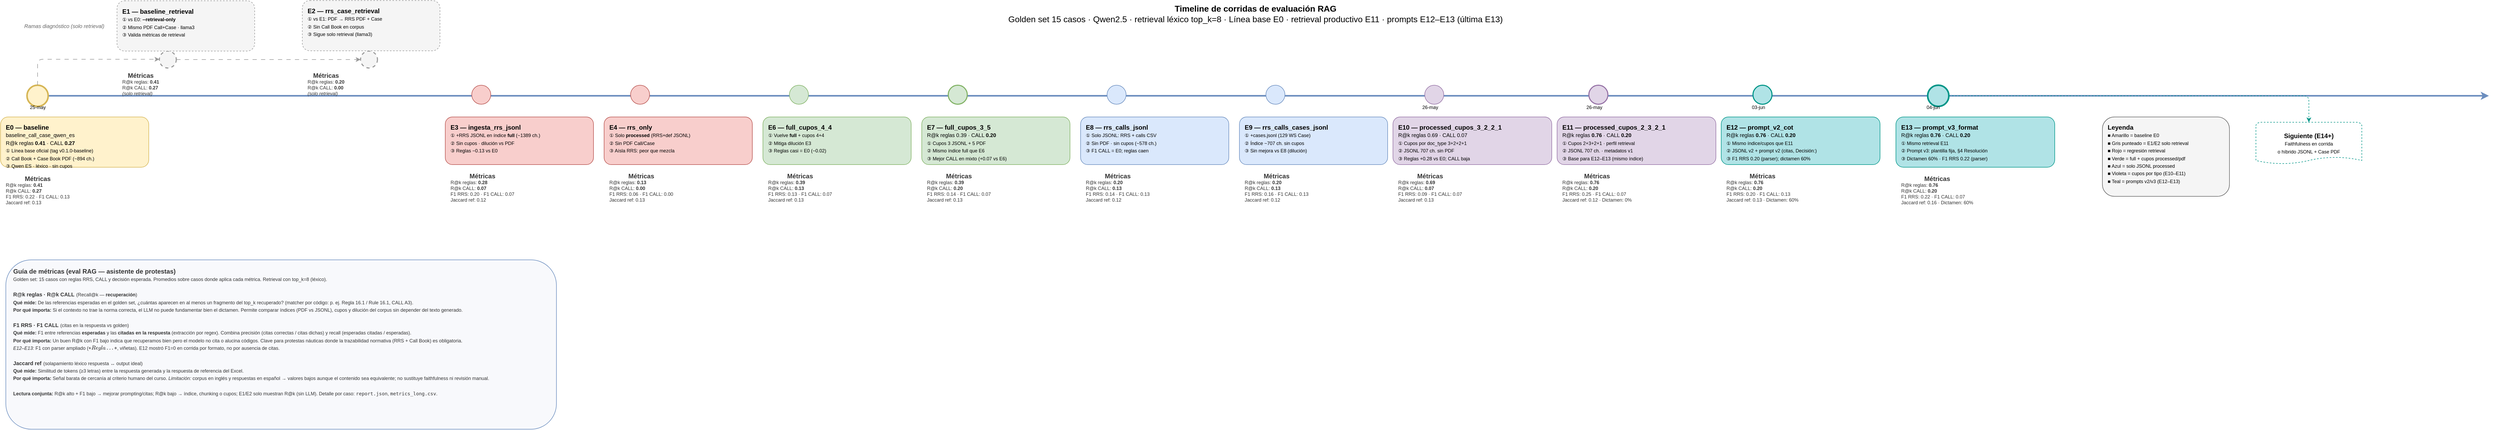
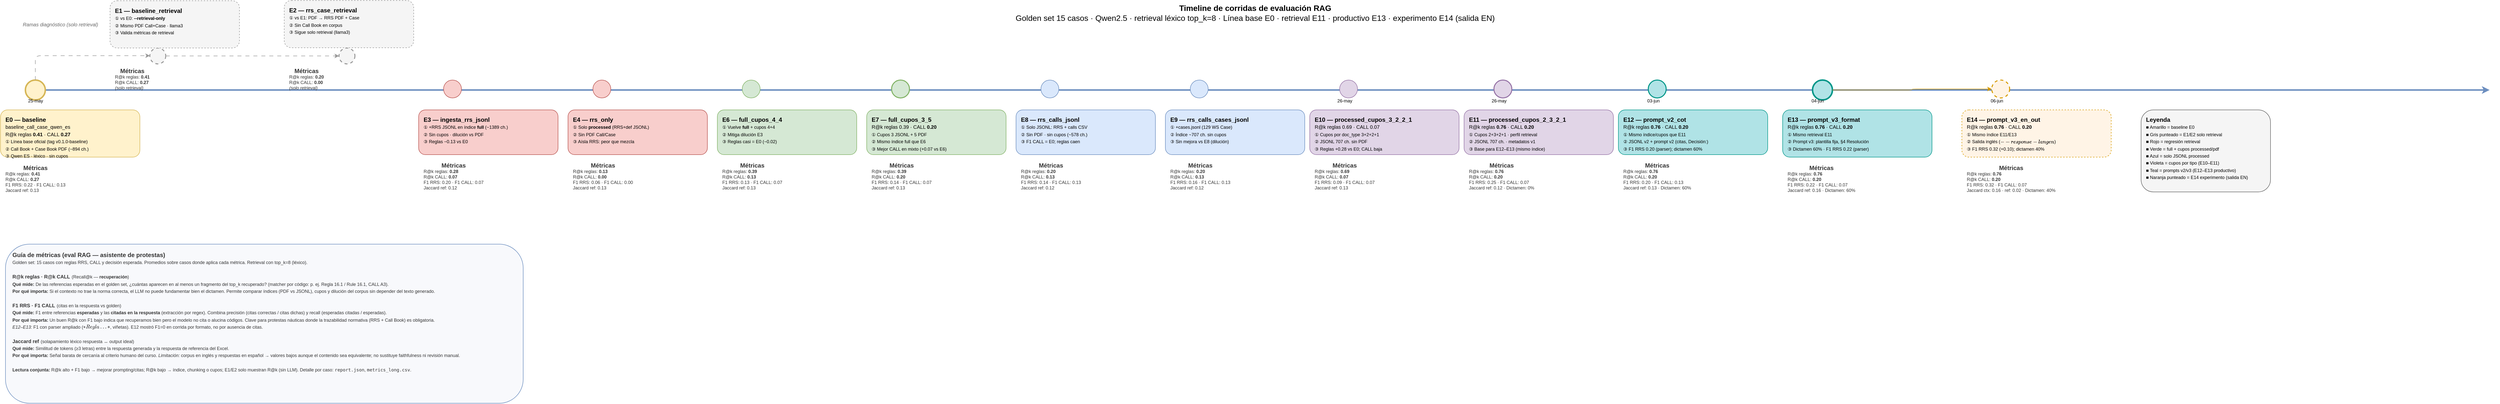
<mxfile host="65bd71144e">
    <diagram id="timeline-eval" name="Timeline eval RAG">
-         <mxGraphModel dx="1267" dy="1013" grid="1" gridSize="10" guides="1" tooltips="1" connect="1" arrows="1" fold="1" page="1" pageScale="1" pageWidth="4900" pageHeight="1780" math="0" shadow="0">
+         <mxGraphModel dx="1267" dy="1013" grid="1" gridSize="10" guides="1" tooltips="1" connect="1" arrows="1" fold="1" page="1" pageScale="1" pageWidth="5200" pageHeight="1780" math="0" shadow="0">
            <root>
                <mxCell id="0"/>
                <mxCell id="1" parent="0"/>
-                 <mxCell id="title" value="&lt;b&gt;Timeline de corridas de evaluación RAG&lt;/b&gt;&lt;br&gt;Golden set 15 casos · Qwen2.5 · retrieval léxico top_k=8 · Línea base E0 · retrieval productivo E11 · prompts E12–E13 (última E13)" style="text;html=1;align=center;verticalAlign=middle;fontSize=16;" parent="1" vertex="1">
-                     <mxGeometry x="40" y="20" width="4700" height="50" as="geometry"/>
+                 <mxCell id="title" value="&lt;b&gt;Timeline de corridas de evaluación RAG&lt;/b&gt;&lt;br&gt;Golden set 15 casos · Qwen2.5 · retrieval léxico top_k=8 · Línea base E0 · retrieval E11 · productivo E13 · experimento E14 (salida EN)" style="text;html=1;align=center;verticalAlign=middle;fontSize=16;" parent="1" vertex="1">
+                     <mxGeometry x="40" y="20" width="5000" height="50" as="geometry"/>
                </mxCell>
                <mxCell id="axis" value="" style="endArrow=classic;html=1;strokeWidth=3;strokeColor=#6c8ebf;" parent="1" edge="1">
                    <mxGeometry relative="1" as="geometry">
                        <mxPoint x="80" y="200" as="sourcePoint"/>
-                         <mxPoint x="4720" y="200" as="targetPoint"/>
+                         <mxPoint x="5020" y="200" as="targetPoint"/>
                    </mxGeometry>
                </mxCell>
                <mxCell id="m0" value="" style="ellipse;whiteSpace=wrap;html=1;fillColor=#fff2cc;strokeColor=#d6b656;strokeWidth=3;" parent="1" vertex="1">
                    <mxGeometry x="70" y="180" width="40" height="40" as="geometry"/>
                </mxCell>
                <mxCell id="b0" value="&lt;b&gt;E0 — baseline&lt;/b&gt;&lt;br&gt;&lt;font style=&quot;font-size:10px&quot;&gt;baseline_call_case_qwen_es&lt;/font&gt;&lt;br&gt;&lt;font style=&quot;font-size:10px&quot;&gt;R@k reglas &lt;b&gt;0.41&lt;/b&gt; · CALL &lt;b&gt;0.27&lt;/b&gt;&lt;/font&gt;&lt;br&gt;&lt;font style=&quot;font-size:9px&quot;&gt;① Línea base oficial (tag v0.1.0-baseline)&lt;/font&gt;&lt;br&gt;&lt;font style=&quot;font-size:9px&quot;&gt;② Call Book + Case Book PDF (~894 ch.)&lt;/font&gt;&lt;br&gt;&lt;font style=&quot;font-size:9px&quot;&gt;③ Qwen ES · léxico · sin cupos&lt;/font&gt;" style="rounded=1;whiteSpace=wrap;html=1;fillColor=#fff2cc;strokeColor=#d6b656;align=left;spacingLeft=8;verticalAlign=top;spacingTop=6;" parent="1" vertex="1">
                    <mxGeometry x="20" y="240" width="280" height="95" as="geometry"/>
                </mxCell>
                <mxCell id="branchLbl" value="&lt;i&gt;Ramas diagnóstico (solo retrieval)&lt;/i&gt;" style="text;html=1;align=center;fontSize=10;fontColor=#666666;" parent="1" vertex="1">
                    <mxGeometry x="40" y="55.5" width="200" height="24" as="geometry"/>
                </mxCell>
                <mxCell id="m1" value="" style="ellipse;whiteSpace=wrap;html=1;fillColor=#f5f5f5;strokeColor=#999999;strokeWidth=2;dashed=1;" parent="1" vertex="1">
                    <mxGeometry x="320" y="115.5" width="32" height="32" as="geometry"/>
                </mxCell>
                <mxCell id="b1" value="&lt;b&gt;E1 — baseline_retrieval&lt;/b&gt;&lt;br&gt;&lt;font style=&quot;font-size:9px&quot;&gt;① vs E0: &lt;b&gt;--retrieval-only&lt;/b&gt;&lt;/font&gt;&lt;br&gt;&lt;font style=&quot;font-size:9px&quot;&gt;② Mismo PDF Call+Case · llama3&lt;/font&gt;&lt;br&gt;&lt;font style=&quot;font-size:9px&quot;&gt;③ Valida métricas de retrieval&lt;/font&gt;" style="rounded=1;whiteSpace=wrap;html=1;fillColor=#f5f5f5;strokeColor=#999999;dashed=1;align=left;spacingLeft=8;verticalAlign=top;spacingTop=6;" parent="1" vertex="1">
                    <mxGeometry x="240" y="20.5" width="260" height="95" as="geometry"/>
                </mxCell>
                <mxCell id="e0e1" value="" style="edgeStyle=orthogonalEdgeStyle;html=1;strokeColor=#999999;dashed=1;dashPattern=8 8;endArrow=classic;" parent="1" source="m0" target="m1" edge="1">
                    <mxGeometry relative="1" as="geometry">
                        <Array as="points">
                            <mxPoint x="90" y="200"/>
                            <mxPoint x="90" y="131"/>
                            <mxPoint x="146" y="131"/>
                        </Array>
                    </mxGeometry>
                </mxCell>
                <mxCell id="m2" value="" style="ellipse;whiteSpace=wrap;html=1;fillColor=#f5f5f5;strokeColor=#999999;strokeWidth=2;dashed=1;" parent="1" vertex="1">
                    <mxGeometry x="700" y="115.5" width="32" height="32" as="geometry"/>
                </mxCell>
                <mxCell id="b2" value="&lt;b&gt;E2 — rrs_case_retrieval&lt;/b&gt;&lt;br&gt;&lt;font style=&quot;font-size:9px&quot;&gt;① vs E1: PDF → RRS PDF + Case&lt;/font&gt;&lt;br&gt;&lt;font style=&quot;font-size:9px&quot;&gt;② Sin Call Book en corpus&lt;/font&gt;&lt;br&gt;&lt;font style=&quot;font-size:9px&quot;&gt;③ Sigue solo retrieval (llama3)&lt;/font&gt;" style="rounded=1;whiteSpace=wrap;html=1;fillColor=#f5f5f5;strokeColor=#999999;dashed=1;align=left;spacingLeft=8;verticalAlign=top;spacingTop=6;" parent="1" vertex="1">
                    <mxGeometry x="590" y="20" width="260" height="95" as="geometry"/>
                </mxCell>
                <mxCell id="e1e2" value="" style="edgeStyle=orthogonalEdgeStyle;html=1;strokeColor=#999999;dashed=1;dashPattern=8 8;endArrow=classic;" parent="1" source="m1" target="m2" edge="1">
                    <mxGeometry relative="1" as="geometry"/>
                </mxCell>
                <mxCell id="m3" value="" style="ellipse;whiteSpace=wrap;html=1;fillColor=#f8cecc;strokeColor=#b85450;" parent="1" vertex="1">
                    <mxGeometry x="910" y="180" width="36" height="36" as="geometry"/>
                </mxCell>
                <mxCell id="b3" value="&lt;b&gt;E3 — ingesta_rrs_jsonl&lt;/b&gt;&lt;br&gt;&lt;font style=&quot;font-size:9px&quot;&gt;① +RRS JSONL en índice &lt;b&gt;full&lt;/b&gt; (~1389 ch.)&lt;/font&gt;&lt;br&gt;&lt;font style=&quot;font-size:9px&quot;&gt;② Sin cupos · dilución vs PDF&lt;/font&gt;&lt;br&gt;&lt;font style=&quot;font-size:9px&quot;&gt;③ Reglas −0.13 vs E0&lt;/font&gt;" style="rounded=1;whiteSpace=wrap;html=1;fillColor=#f8cecc;strokeColor=#b85450;align=left;spacingLeft=8;verticalAlign=top;spacingTop=6;" parent="1" vertex="1">
                    <mxGeometry x="860" y="240" width="280" height="90" as="geometry"/>
                </mxCell>
                <mxCell id="m4" value="" style="ellipse;whiteSpace=wrap;html=1;fillColor=#f8cecc;strokeColor=#b85450;" parent="1" vertex="1">
                    <mxGeometry x="1210" y="180" width="36" height="36" as="geometry"/>
                </mxCell>
                <mxCell id="b4" value="&lt;b&gt;E4 — rrs_only&lt;/b&gt;&lt;br&gt;&lt;font style=&quot;font-size:9px&quot;&gt;① Solo &lt;b&gt;processed&lt;/b&gt; (RRS+def JSONL)&lt;/font&gt;&lt;br&gt;&lt;font style=&quot;font-size:9px&quot;&gt;② Sin PDF Call/Case&lt;/font&gt;&lt;br&gt;&lt;font style=&quot;font-size:9px&quot;&gt;③ Aísla RRS: peor que mezcla&lt;/font&gt;" style="rounded=1;whiteSpace=wrap;html=1;fillColor=#f8cecc;strokeColor=#b85450;align=left;spacingLeft=8;verticalAlign=top;spacingTop=6;" parent="1" vertex="1">
                    <mxGeometry x="1160" y="240" width="280" height="90" as="geometry"/>
                </mxCell>
                <mxCell id="m6" value="" style="ellipse;whiteSpace=wrap;html=1;fillColor=#d5e8d4;strokeColor=#82b366;" parent="1" vertex="1">
                    <mxGeometry x="1510" y="180" width="36" height="36" as="geometry"/>
                </mxCell>
                <mxCell id="b6" value="&lt;b&gt;E6 — full_cupos_4_4&lt;/b&gt;&lt;br&gt;&lt;font style=&quot;font-size:9px&quot;&gt;① Vuelve &lt;b&gt;full&lt;/b&gt; + cupos 4+4&lt;/font&gt;&lt;br&gt;&lt;font style=&quot;font-size:9px&quot;&gt;② Mitiga dilución E3&lt;/font&gt;&lt;br&gt;&lt;font style=&quot;font-size:9px&quot;&gt;③ Reglas casi = E0 (−0.02)&lt;/font&gt;" style="rounded=1;whiteSpace=wrap;html=1;fillColor=#d5e8d4;strokeColor=#82b366;align=left;spacingLeft=8;verticalAlign=top;spacingTop=6;" parent="1" vertex="1">
                    <mxGeometry x="1460" y="240" width="280" height="90" as="geometry"/>
                </mxCell>
                <mxCell id="m7" value="" style="ellipse;whiteSpace=wrap;html=1;fillColor=#d5e8d4;strokeColor=#82b366;strokeWidth=2;" parent="1" vertex="1">
                    <mxGeometry x="1810" y="180" width="36" height="36" as="geometry"/>
                </mxCell>
                <mxCell id="b7" value="&lt;b&gt;E7 — full_cupos_3_5&lt;/b&gt;&lt;br&gt;&lt;font style=&quot;font-size:10px&quot;&gt;R@k reglas 0.39 · CALL &lt;b&gt;0.20&lt;/b&gt;&lt;/font&gt;&lt;br&gt;&lt;font style=&quot;font-size:9px&quot;&gt;① Cupos 3 JSONL + 5 PDF&lt;/font&gt;&lt;br&gt;&lt;font style=&quot;font-size:9px&quot;&gt;② Mismo índice full que E6&lt;/font&gt;&lt;br&gt;&lt;font style=&quot;font-size:9px&quot;&gt;③ Mejor CALL en mixto (+0.07 vs E6)&lt;/font&gt;" style="rounded=1;whiteSpace=wrap;html=1;fillColor=#d5e8d4;strokeColor=#82b366;align=left;spacingLeft=8;verticalAlign=top;spacingTop=6;" parent="1" vertex="1">
                    <mxGeometry x="1760" y="240" width="280" height="90" as="geometry"/>
                </mxCell>
                <mxCell id="m8" value="" style="ellipse;whiteSpace=wrap;html=1;fillColor=#dae8fc;strokeColor=#6c8ebf;" parent="1" vertex="1">
                    <mxGeometry x="2110" y="180" width="36" height="36" as="geometry"/>
                </mxCell>
                <mxCell id="b8" value="&lt;b&gt;E8 — rrs_calls_jsonl&lt;/b&gt;&lt;br&gt;&lt;font style=&quot;font-size:9px&quot;&gt;① Solo JSONL: RRS + calls CSV&lt;/font&gt;&lt;br&gt;&lt;font style=&quot;font-size:9px&quot;&gt;② Sin PDF · sin cupos (~578 ch.)&lt;/font&gt;&lt;br&gt;&lt;font style=&quot;font-size:9px&quot;&gt;③ F1 CALL = E0; reglas caen&lt;/font&gt;" style="rounded=1;whiteSpace=wrap;html=1;fillColor=#dae8fc;strokeColor=#6c8ebf;align=left;spacingLeft=8;verticalAlign=top;spacingTop=6;" parent="1" vertex="1">
                    <mxGeometry x="2060" y="240" width="280" height="90" as="geometry"/>
                </mxCell>
                <mxCell id="m9" value="" style="ellipse;whiteSpace=wrap;html=1;fillColor=#dae8fc;strokeColor=#6c8ebf;" parent="1" vertex="1">
                    <mxGeometry x="2410" y="180" width="36" height="36" as="geometry"/>
                </mxCell>
                <mxCell id="b9" value="&lt;b&gt;E9 — rrs_calls_cases_jsonl&lt;/b&gt;&lt;br&gt;&lt;font style=&quot;font-size:9px&quot;&gt;① +cases.jsonl (129 WS Case)&lt;/font&gt;&lt;br&gt;&lt;font style=&quot;font-size:9px&quot;&gt;② Índice ~707 ch. sin cupos&lt;/font&gt;&lt;br&gt;&lt;font style=&quot;font-size:9px&quot;&gt;③ Sin mejora vs E8 (dilución)&lt;/font&gt;" style="rounded=1;whiteSpace=wrap;html=1;fillColor=#dae8fc;strokeColor=#6c8ebf;align=left;spacingLeft=8;verticalAlign=top;spacingTop=6;" parent="1" vertex="1">
                    <mxGeometry x="2360" y="240" width="280" height="90" as="geometry"/>
                </mxCell>
                <mxCell id="m10" value="" style="ellipse;whiteSpace=wrap;html=1;fillColor=#e1d5e7;strokeColor=#9673a6;" parent="1" vertex="1">
                    <mxGeometry x="2710" y="180" width="36" height="36" as="geometry"/>
                </mxCell>
                <mxCell id="b10" value="&lt;b&gt;E10 — processed_cupos_3_2_2_1&lt;/b&gt;&lt;br&gt;&lt;font style=&quot;font-size:10px&quot;&gt;R@k reglas 0.69 · CALL 0.07&lt;/font&gt;&lt;br&gt;&lt;font style=&quot;font-size:9px&quot;&gt;① Cupos por doc_type 3+2+2+1&lt;/font&gt;&lt;br&gt;&lt;font style=&quot;font-size:9px&quot;&gt;② JSONL 707 ch. sin PDF&lt;/font&gt;&lt;br&gt;&lt;font style=&quot;font-size:9px&quot;&gt;③ Reglas +0.28 vs E0; CALL baja&lt;/font&gt;" style="rounded=1;whiteSpace=wrap;html=1;fillColor=#e1d5e7;strokeColor=#9673a6;align=left;spacingLeft=8;verticalAlign=top;spacingTop=6;" parent="1" vertex="1">
                    <mxGeometry x="2650" y="240" width="300" height="90" as="geometry"/>
                </mxCell>
                <mxCell id="m11" value="" style="ellipse;whiteSpace=wrap;html=1;fillColor=#e1d5e7;strokeColor=#9673a6;strokeWidth=2;" parent="1" vertex="1">
                    <mxGeometry x="3020" y="180" width="36" height="36" as="geometry"/>
                </mxCell>
                <mxCell id="b11" value="&lt;b&gt;E11 — processed_cupos_2_3_2_1&lt;/b&gt;&lt;br&gt;&lt;font style=&quot;font-size:10px&quot;&gt;R@k reglas &lt;b&gt;0.76&lt;/b&gt; · CALL &lt;b&gt;0.20&lt;/b&gt;&lt;/font&gt;&lt;br&gt;&lt;font style=&quot;font-size:9px&quot;&gt;① Cupos 2+3+2+1 · perfil retrieval&lt;/font&gt;&lt;br&gt;&lt;font style=&quot;font-size:9px&quot;&gt;② JSONL 707 ch. · metadatos v1&lt;/font&gt;&lt;br&gt;&lt;font style=&quot;font-size:9px&quot;&gt;③ Base para E12–E13 (mismo índice)&lt;/font&gt;" style="rounded=1;whiteSpace=wrap;html=1;fillColor=#e1d5e7;strokeColor=#9673a6;align=left;spacingLeft=8;verticalAlign=top;spacingTop=6;" parent="1" vertex="1">
                    <mxGeometry x="2960" y="240" width="300" height="90" as="geometry"/>
                </mxCell>
                <mxCell id="m12" value="" style="ellipse;whiteSpace=wrap;html=1;fillColor=#b0e3e6;strokeColor=#009688;strokeWidth=2;" parent="1" vertex="1">
                    <mxGeometry x="3330" y="180" width="36" height="36" as="geometry"/>
                </mxCell>
                <mxCell id="b12" value="&lt;b&gt;E12 — prompt_v2_cot&lt;/b&gt;&lt;br&gt;&lt;font style=&quot;font-size:10px&quot;&gt;R@k reglas &lt;b&gt;0.76&lt;/b&gt; · CALL &lt;b&gt;0.20&lt;/b&gt;&lt;/font&gt;&lt;br&gt;&lt;font style=&quot;font-size:9px&quot;&gt;① Mismo índice/cupos que E11&lt;/font&gt;&lt;br&gt;&lt;font style=&quot;font-size:9px&quot;&gt;② JSONL v2 + prompt v2 (citas, Decisión:)&lt;/font&gt;&lt;br&gt;&lt;font style=&quot;font-size:9px&quot;&gt;③ F1 RRS 0.20 (parser); dictamen 60%&lt;/font&gt;" style="rounded=1;whiteSpace=wrap;html=1;fillColor=#b0e3e6;strokeColor=#009688;align=left;spacingLeft=8;verticalAlign=top;spacingTop=6;" parent="1" vertex="1">
                    <mxGeometry x="3270" y="240" width="300" height="90" as="geometry"/>
                </mxCell>
                <mxCell id="m13" value="" style="ellipse;whiteSpace=wrap;html=1;fillColor=#b0e3e6;strokeColor=#009688;strokeWidth=3;" parent="1" vertex="1">
                    <mxGeometry x="3660" y="180" width="40" height="40" as="geometry"/>
                </mxCell>
                <mxCell id="b13" value="&lt;b&gt;E13 — prompt_v3_format&lt;/b&gt;&lt;br&gt;&lt;font style=&quot;font-size:10px&quot;&gt;R@k reglas &lt;b&gt;0.76&lt;/b&gt; · CALL &lt;b&gt;0.20&lt;/b&gt;&lt;/font&gt;&lt;br&gt;&lt;font style=&quot;font-size:9px&quot;&gt;① Mismo retrieval E11&lt;/font&gt;&lt;br&gt;&lt;font style=&quot;font-size:9px&quot;&gt;② Prompt v3: plantilla fija, §4 Resolución&lt;/font&gt;&lt;br&gt;&lt;font style=&quot;font-size:9px&quot;&gt;③ Dictamen 60% · F1 RRS 0.22 (parser)&lt;/font&gt;" style="rounded=1;whiteSpace=wrap;html=1;fillColor=#b0e3e6;strokeColor=#009688;align=left;spacingLeft=8;verticalAlign=top;spacingTop=6;" parent="1" vertex="1">
                    <mxGeometry x="3600" y="240" width="300" height="95" as="geometry"/>
                </mxCell>
-                 <mxCell id="leg" value="&lt;b&gt;Leyenda&lt;/b&gt;&lt;br&gt;&lt;font style=&quot;font-size:9px&quot;&gt;■ Amarillo = baseline E0&lt;/font&gt;&lt;br&gt;&lt;font style=&quot;font-size:9px&quot;&gt;■ Gris punteado = E1/E2 solo retrieval&lt;/font&gt;&lt;br&gt;&lt;font style=&quot;font-size:9px&quot;&gt;■ Rojo = regresión retrieval&lt;/font&gt;&lt;br&gt;&lt;font style=&quot;font-size:9px&quot;&gt;■ Verde = full + cupos processed/pdf&lt;/font&gt;&lt;br&gt;&lt;font style=&quot;font-size:9px&quot;&gt;■ Azul = solo JSONL processed&lt;/font&gt;&lt;br&gt;&lt;font style=&quot;font-size:9px&quot;&gt;■ Violeta = cupos por tipo (E10–E11)&lt;/font&gt;&lt;br&gt;&lt;font style=&quot;font-size:9px&quot;&gt;■ Teal = prompts v2/v3 (E12–E13)&lt;/font&gt;" style="rounded=1;whiteSpace=wrap;html=1;fillColor=#f5f5f5;strokeColor=#666666;align=left;spacingLeft=8;verticalAlign=top;spacingTop=6;" parent="1" vertex="1">
-                     <mxGeometry x="3990" y="240" width="240" height="150" as="geometry"/>
+                 <mxCell id="m14" value="" style="ellipse;whiteSpace=wrap;html=1;fillColor=#fff4e6;strokeColor=#d79b00;strokeWidth=2;dashed=1;" parent="1" vertex="1">
+                     <mxGeometry x="4020" y="180" width="36" height="36" as="geometry"/>
                </mxCell>
-                 <mxCell id="next" value="&lt;b&gt;Siguiente (E14+)&lt;/b&gt;&lt;br&gt;&lt;font style=&quot;font-size:9px&quot;&gt;Faithfulness en corrida&lt;/font&gt;&lt;br&gt;&lt;font style=&quot;font-size:9px&quot;&gt;o híbrido JSONL + Case PDF&lt;/font&gt;" style="shape=mxgraph.flowchart.document;whiteSpace=wrap;html=1;fillColor=#ffffff;strokeColor=#009688;dashed=1;" parent="1" vertex="1">
-                     <mxGeometry x="4280" y="250" width="200" height="80" as="geometry"/>
+                 <mxCell id="b14" value="&lt;b&gt;E14 — prompt_v3_en_out&lt;/b&gt;&lt;br&gt;&lt;font style=&quot;font-size:10px&quot;&gt;R@k reglas &lt;b&gt;0.76&lt;/b&gt; · CALL &lt;b&gt;0.20&lt;/b&gt;&lt;/font&gt;&lt;br&gt;&lt;font style=&quot;font-size:9px&quot;&gt;① Mismo índice E11/E13&lt;/font&gt;&lt;br&gt;&lt;font style=&quot;font-size:9px&quot;&gt;② Salida inglés (`--response-lang en`)&lt;/font&gt;&lt;br&gt;&lt;font style=&quot;font-size:9px&quot;&gt;③ F1 RRS 0.32 (+0.10); dictamen 40%&lt;/font&gt;" style="rounded=1;whiteSpace=wrap;html=1;fillColor=#fff4e6;strokeColor=#d79b00;dashed=1;align=left;spacingLeft=8;verticalAlign=top;spacingTop=6;" parent="1" vertex="1">
+                     <mxGeometry x="3960" y="240" width="300" height="95" as="geometry"/>
                </mxCell>
-                 <mxCell id="enext" value="" style="edgeStyle=orthogonalEdgeStyle;html=1;strokeColor=#009688;dashed=1;" parent="1" source="m13" target="next" edge="1">
+                 <mxCell id="e13e14" value="" style="edgeStyle=orthogonalEdgeStyle;html=1;strokeColor=#d79b00;endArrow=classic;" parent="1" source="m13" target="m14" edge="1">
                    <mxGeometry relative="1" as="geometry"/>
+                 </mxCell>
+                 <mxCell id="leg" value="&lt;b&gt;Leyenda&lt;/b&gt;&lt;br&gt;&lt;font style=&quot;font-size:9px&quot;&gt;■ Amarillo = baseline E0&lt;/font&gt;&lt;br&gt;&lt;font style=&quot;font-size:9px&quot;&gt;■ Gris punteado = E1/E2 solo retrieval&lt;/font&gt;&lt;br&gt;&lt;font style=&quot;font-size:9px&quot;&gt;■ Rojo = regresión retrieval&lt;/font&gt;&lt;br&gt;&lt;font style=&quot;font-size:9px&quot;&gt;■ Verde = full + cupos processed/pdf&lt;/font&gt;&lt;br&gt;&lt;font style=&quot;font-size:9px&quot;&gt;■ Azul = solo JSONL processed&lt;/font&gt;&lt;br&gt;&lt;font style=&quot;font-size:9px&quot;&gt;■ Violeta = cupos por tipo (E10–E11)&lt;/font&gt;&lt;br&gt;&lt;font style=&quot;font-size:9px&quot;&gt;■ Teal = prompts v2/v3 (E12–E13 productivo)&lt;/font&gt;&lt;br&gt;&lt;font style=&quot;font-size:9px&quot;&gt;■ Naranja punteado = E14 experimento (salida EN)&lt;/font&gt;" style="rounded=1;whiteSpace=wrap;html=1;fillColor=#f5f5f5;strokeColor=#666666;align=left;spacingLeft=8;verticalAlign=top;spacingTop=6;" parent="1" vertex="1">
+                     <mxGeometry x="4320" y="240" width="260" height="165" as="geometry"/>
                </mxCell>
                <mxCell id="met0" value="&lt;div style=&quot;text-align:center&quot;&gt;&lt;b&gt;Métricas&lt;/b&gt;&lt;/div&gt;&lt;div style=&quot;text-align:left;font-size:9px&quot;&gt;R@k reglas: &lt;b&gt;0.41&lt;/b&gt;&lt;br&gt;R@k CALL: &lt;b&gt;0.27&lt;/b&gt;&lt;br&gt;F1 RRS: 0.22 · F1 CALL: 0.13&lt;br&gt;Jaccard ref: 0.13&lt;/div&gt;" style="text;html=1;align=left;verticalAlign=top;fontColor=#333333;spacingLeft=8;" parent="1" vertex="1">
                    <mxGeometry x="20" y="343" width="280" height="72" as="geometry"/>
                </mxCell>
                <mxCell id="met1" value="&lt;div style=&quot;text-align:center&quot;&gt;&lt;b&gt;Métricas&lt;/b&gt;&lt;/div&gt;&lt;div style=&quot;text-align:left;font-size:9px&quot;&gt;R@k reglas: &lt;b&gt;0.41&lt;/b&gt;&lt;br&gt;R@k CALL: &lt;b&gt;0.27&lt;/b&gt;&lt;br&gt;&lt;i&gt;(solo retrieval)&lt;/i&gt;&lt;/div&gt;" style="text;html=1;align=left;verticalAlign=top;fontColor=#333333;spacingLeft=8;" parent="1" vertex="1">
                    <mxGeometry x="240" y="147.5" width="260" height="48" as="geometry"/>
                </mxCell>
                <mxCell id="met2" value="&lt;div style=&quot;text-align:center&quot;&gt;&lt;b&gt;Métricas&lt;/b&gt;&lt;/div&gt;&lt;div style=&quot;text-align:left;font-size:9px&quot;&gt;R@k reglas: &lt;b&gt;0.20&lt;/b&gt;&lt;br&gt;R@k CALL: &lt;b&gt;0.00&lt;/b&gt;&lt;br&gt;&lt;i&gt;(solo retrieval)&lt;/i&gt;&lt;/div&gt;" style="text;html=1;align=left;verticalAlign=top;fontColor=#333333;spacingLeft=8;" parent="1" vertex="1">
                    <mxGeometry x="590" y="147.5" width="260" height="48" as="geometry"/>
                </mxCell>
                <mxCell id="met3" value="&lt;div style=&quot;text-align:center&quot;&gt;&lt;b&gt;Métricas&lt;/b&gt;&lt;/div&gt;&lt;div style=&quot;text-align:left;font-size:9px&quot;&gt;R@k reglas: &lt;b&gt;0.28&lt;/b&gt;&lt;br&gt;R@k CALL: &lt;b&gt;0.07&lt;/b&gt;&lt;br&gt;F1 RRS: 0.20 · F1 CALL: 0.07&lt;br&gt;Jaccard ref: 0.12&lt;/div&gt;" style="text;html=1;align=left;verticalAlign=top;fontColor=#333333;spacingLeft=8;" parent="1" vertex="1">
                    <mxGeometry x="860" y="338" width="280" height="72" as="geometry"/>
                </mxCell>
                <mxCell id="met4" value="&lt;div style=&quot;text-align:center&quot;&gt;&lt;b&gt;Métricas&lt;/b&gt;&lt;/div&gt;&lt;div style=&quot;text-align:left;font-size:9px&quot;&gt;R@k reglas: &lt;b&gt;0.13&lt;/b&gt;&lt;br&gt;R@k CALL: &lt;b&gt;0.00&lt;/b&gt;&lt;br&gt;F1 RRS: 0.06 · F1 CALL: 0.00&lt;br&gt;Jaccard ref: 0.13&lt;/div&gt;" style="text;html=1;align=left;verticalAlign=top;fontColor=#333333;spacingLeft=8;" parent="1" vertex="1">
                    <mxGeometry x="1160" y="338" width="280" height="72" as="geometry"/>
                </mxCell>
                <mxCell id="met6" value="&lt;div style=&quot;text-align:center&quot;&gt;&lt;b&gt;Métricas&lt;/b&gt;&lt;/div&gt;&lt;div style=&quot;text-align:left;font-size:9px&quot;&gt;R@k reglas: &lt;b&gt;0.39&lt;/b&gt;&lt;br&gt;R@k CALL: &lt;b&gt;0.13&lt;/b&gt;&lt;br&gt;F1 RRS: 0.13 · F1 CALL: 0.07&lt;br&gt;Jaccard ref: 0.13&lt;/div&gt;" style="text;html=1;align=left;verticalAlign=top;fontColor=#333333;spacingLeft=8;" parent="1" vertex="1">
                    <mxGeometry x="1460" y="338" width="280" height="72" as="geometry"/>
                </mxCell>
                <mxCell id="met7" value="&lt;div style=&quot;text-align:center&quot;&gt;&lt;b&gt;Métricas&lt;/b&gt;&lt;/div&gt;&lt;div style=&quot;text-align:left;font-size:9px&quot;&gt;R@k reglas: &lt;b&gt;0.39&lt;/b&gt;&lt;br&gt;R@k CALL: &lt;b&gt;0.20&lt;/b&gt;&lt;br&gt;F1 RRS: 0.14 · F1 CALL: 0.07&lt;br&gt;Jaccard ref: 0.13&lt;/div&gt;" style="text;html=1;align=left;verticalAlign=top;fontColor=#333333;spacingLeft=8;" parent="1" vertex="1">
                    <mxGeometry x="1760" y="338" width="280" height="72" as="geometry"/>
                </mxCell>
                <mxCell id="met8" value="&lt;div style=&quot;text-align:center&quot;&gt;&lt;b&gt;Métricas&lt;/b&gt;&lt;/div&gt;&lt;div style=&quot;text-align:left;font-size:9px&quot;&gt;R@k reglas: &lt;b&gt;0.20&lt;/b&gt;&lt;br&gt;R@k CALL: &lt;b&gt;0.13&lt;/b&gt;&lt;br&gt;F1 RRS: 0.14 · F1 CALL: 0.13&lt;br&gt;Jaccard ref: 0.12&lt;/div&gt;" style="text;html=1;align=left;verticalAlign=top;fontColor=#333333;spacingLeft=8;" parent="1" vertex="1">
                    <mxGeometry x="2060" y="338" width="280" height="72" as="geometry"/>
                </mxCell>
                <mxCell id="met9" value="&lt;div style=&quot;text-align:center&quot;&gt;&lt;b&gt;Métricas&lt;/b&gt;&lt;/div&gt;&lt;div style=&quot;text-align:left;font-size:9px&quot;&gt;R@k reglas: &lt;b&gt;0.20&lt;/b&gt;&lt;br&gt;R@k CALL: &lt;b&gt;0.13&lt;/b&gt;&lt;br&gt;F1 RRS: 0.16 · F1 CALL: 0.13&lt;br&gt;Jaccard ref: 0.12&lt;/div&gt;" style="text;html=1;align=left;verticalAlign=top;fontColor=#333333;spacingLeft=8;" parent="1" vertex="1">
                    <mxGeometry x="2360" y="338" width="280" height="72" as="geometry"/>
                </mxCell>
                <mxCell id="met10" value="&lt;div style=&quot;text-align:center&quot;&gt;&lt;b&gt;Métricas&lt;/b&gt;&lt;/div&gt;&lt;div style=&quot;text-align:left;font-size:9px&quot;&gt;R@k reglas: &lt;b&gt;0.69&lt;/b&gt;&lt;br&gt;R@k CALL: &lt;b&gt;0.07&lt;/b&gt;&lt;br&gt;F1 RRS: 0.09 · F1 CALL: 0.07&lt;br&gt;Jaccard ref: 0.13&lt;/div&gt;" style="text;html=1;align=left;verticalAlign=top;fontColor=#333333;spacingLeft=8;" parent="1" vertex="1">
                    <mxGeometry x="2650" y="338" width="300" height="72" as="geometry"/>
                </mxCell>
                <mxCell id="met11" value="&lt;div style=&quot;text-align:center&quot;&gt;&lt;b&gt;Métricas&lt;/b&gt;&lt;/div&gt;&lt;div style=&quot;text-align:left;font-size:9px&quot;&gt;R@k reglas: &lt;b&gt;0.76&lt;/b&gt;&lt;br&gt;R@k CALL: &lt;b&gt;0.20&lt;/b&gt;&lt;br&gt;F1 RRS: 0.25 · F1 CALL: 0.07&lt;br&gt;Jaccard ref: 0.12 · Dictamen: 0%&lt;/div&gt;" style="text;html=1;align=left;verticalAlign=top;fontColor=#333333;spacingLeft=8;" parent="1" vertex="1">
                    <mxGeometry x="2960" y="338" width="300" height="80" as="geometry"/>
                </mxCell>
                <mxCell id="met12" value="&lt;div style=&quot;text-align:center&quot;&gt;&lt;b&gt;Métricas&lt;/b&gt;&lt;/div&gt;&lt;div style=&quot;text-align:left;font-size:9px&quot;&gt;R@k reglas: &lt;b&gt;0.76&lt;/b&gt;&lt;br&gt;R@k CALL: &lt;b&gt;0.20&lt;/b&gt;&lt;br&gt;F1 RRS: 0.20 · F1 CALL: 0.13&lt;br&gt;Jaccard ref: 0.13 · Dictamen: 60%&lt;/div&gt;" style="text;html=1;align=left;verticalAlign=top;fontColor=#333333;spacingLeft=8;" parent="1" vertex="1">
                    <mxGeometry x="3270" y="338" width="300" height="80" as="geometry"/>
                </mxCell>
                <mxCell id="met13" value="&lt;div style=&quot;text-align:center&quot;&gt;&lt;b&gt;Métricas&lt;/b&gt;&lt;/div&gt;&lt;div style=&quot;text-align:left;font-size:9px&quot;&gt;R@k reglas: &lt;b&gt;0.76&lt;/b&gt;&lt;br&gt;R@k CALL: &lt;b&gt;0.20&lt;/b&gt;&lt;br&gt;F1 RRS: 0.22 · F1 CALL: 0.07&lt;br&gt;Jaccard ref: 0.16 · Dictamen: 60%&lt;/div&gt;" style="text;html=1;align=left;verticalAlign=top;fontColor=#333333;spacingLeft=8;" parent="1" vertex="1">
                    <mxGeometry x="3600" y="343" width="300" height="80" as="geometry"/>
                </mxCell>
+                 <mxCell id="met14" value="&lt;div style=&quot;text-align:center&quot;&gt;&lt;b&gt;Métricas&lt;/b&gt;&lt;/div&gt;&lt;div style=&quot;text-align:left;font-size:9px&quot;&gt;R@k reglas: &lt;b&gt;0.76&lt;/b&gt;&lt;br&gt;R@k CALL: &lt;b&gt;0.20&lt;/b&gt;&lt;br&gt;F1 RRS: 0.32 · F1 CALL: 0.07&lt;br&gt;Jaccard ctx: 0.16 · ref: 0.02 · Dictamen: 40%&lt;/div&gt;" style="text;html=1;align=left;verticalAlign=top;fontColor=#333333;spacingLeft=8;" parent="1" vertex="1">
+                     <mxGeometry x="3960" y="343" width="300" height="88" as="geometry"/>
+                 </mxCell>
                <mxCell id="d12" value="03-jun" style="text;html=1;align=center;fontSize=9;" parent="1" vertex="1">
                    <mxGeometry x="3310" y="210" width="60" height="20" as="geometry"/>
                </mxCell>
                <mxCell id="d13" value="04-jun" style="text;html=1;align=center;fontSize=9;" parent="1" vertex="1">
                    <mxGeometry x="3640" y="210" width="60" height="20" as="geometry"/>
+                 </mxCell>
+                 <mxCell id="d14" value="06-jun" style="text;html=1;align=center;fontSize=9;" parent="1" vertex="1">
+                     <mxGeometry x="4000" y="210" width="60" height="20" as="geometry"/>
                </mxCell>
                <mxCell id="metricasDoc" value="&lt;b&gt;Guía de métricas (eval RAG — asistente de protestas)&lt;/b&gt;&lt;br&gt;&lt;font style=&quot;font-size:9px&quot;&gt;Golden set: 15 casos con reglas RRS, CALL y decisión esperada. Promedios sobre casos donde aplica cada métrica. Retrieval con top_k=8 (léxico).&lt;/font&gt;&lt;br&gt;&lt;br&gt;&lt;b&gt;&lt;font style=&quot;font-size:10px&quot;&gt;R@k reglas · R@k CALL&lt;/font&gt;&lt;/b&gt; &lt;font style=&quot;font-size:9px&quot;&gt;(Recall@k — &lt;b&gt;recuperación&lt;/b&gt;)&lt;/font&gt;&lt;br&gt;&lt;font style=&quot;font-size:9px&quot;&gt;&lt;b&gt;Qué mide:&lt;/b&gt; De las referencias esperadas en el golden set, ¿cuántas aparecen en al menos un fragmento del top_k recuperado? (matcher por código: p. ej. Regla 16.1 / Rule 16.1, CALL A3).&lt;/font&gt;&lt;br&gt;&lt;font style=&quot;font-size:9px&quot;&gt;&lt;b&gt;Por qué importa:&lt;/b&gt; Si el contexto no trae la norma correcta, el LLM no puede fundamentar bien el dictamen. Permite comparar índices (PDF vs JSONL), cupos y dilución del corpus sin depender del texto generado.&lt;/font&gt;&lt;br&gt;&lt;br&gt;&lt;b&gt;&lt;font style=&quot;font-size:10px&quot;&gt;F1 RRS · F1 CALL&lt;/font&gt;&lt;/b&gt; &lt;font style=&quot;font-size:9px&quot;&gt;(citas en la respuesta vs golden)&lt;/font&gt;&lt;br&gt;&lt;font style=&quot;font-size:9px&quot;&gt;&lt;b&gt;Qué mide:&lt;/b&gt; F1 entre referencias &lt;b&gt;esperadas&lt;/b&gt; y las &lt;b&gt;citadas en la respuesta&lt;/b&gt; (extracción por regex). Combina precisión (citas correctas / citas dichas) y recall (esperadas citadas / esperadas).&lt;/font&gt;&lt;br&gt;&lt;font style=&quot;font-size:9px&quot;&gt;&lt;b&gt;Por qué importa:&lt;/b&gt; Un buen R@k con F1 bajo indica que recuperamos bien pero el modelo no cita o alucina códigos. Clave para protestas náuticas donde la trazabilidad normativa (RRS + Call Book) es obligatoria.&lt;/font&gt;&lt;br&gt;&lt;font style=&quot;font-size:9px&quot;&gt;&lt;i&gt;E12–E13:&lt;/i&gt; F1 con parser ampliado (`**Regla …**`, viñetas). E12 mostró F1=0 en corrida por formato, no por ausencia de citas.&lt;/font&gt;&lt;br&gt;&lt;br&gt;&lt;b&gt;&lt;font style=&quot;font-size:10px&quot;&gt;Jaccard ref&lt;/font&gt;&lt;/b&gt; &lt;font style=&quot;font-size:9px&quot;&gt;(solapamiento léxico respuesta ↔ output ideal)&lt;/font&gt;&lt;br&gt;&lt;font style=&quot;font-size:9px&quot;&gt;&lt;b&gt;Qué mide:&lt;/b&gt; Similitud de tokens (≥3 letras) entre la respuesta generada y la respuesta de referencia del Excel.&lt;/font&gt;&lt;br&gt;&lt;font style=&quot;font-size:9px&quot;&gt;&lt;b&gt;Por qué importa:&lt;/b&gt; Señal barata de cercanía al criterio humano del curso. &lt;i&gt;Limitación:&lt;/i&gt; corpus en inglés y respuestas en español → valores bajos aunque el contenido sea equivalente; no sustituye faithfulness ni revisión manual.&lt;/font&gt;&lt;br&gt;&lt;br&gt;&lt;font style=&quot;font-size:9px&quot;&gt;&lt;b&gt;Lectura conjunta:&lt;/b&gt; R@k alto + F1 bajo → mejorar prompting/citas; R@k bajo → índice, chunking o cupos; E1/E2 solo muestran R@k (sin LLM). Detalle por caso: &lt;code&gt;report.json&lt;/code&gt;, &lt;code&gt;metrics_long.csv&lt;/code&gt;.&lt;/font&gt;" style="rounded=1;whiteSpace=wrap;html=1;fillColor=#f8f9fc;strokeColor=#6c8ebf;align=left;spacingLeft=12;spacingRight=12;verticalAlign=top;spacingTop=8;fontColor=#333333;" parent="1" vertex="1">
                    <mxGeometry x="30" y="510" width="1040" height="320" as="geometry"/>
                </mxCell>
                <mxCell id="d0" value="25-may" style="text;html=1;align=center;fontSize=9;" parent="1" vertex="1">
                    <mxGeometry x="60" y="210" width="60" height="20" as="geometry"/>
                </mxCell>
                <mxCell id="d10" value="26-may" style="text;html=1;align=center;fontSize=9;" parent="1" vertex="1">
                    <mxGeometry x="2690" y="210" width="60" height="20" as="geometry"/>
                </mxCell>
                <mxCell id="d11" value="26-may" style="text;html=1;align=center;fontSize=9;" parent="1" vertex="1">
                    <mxGeometry x="3000" y="210" width="60" height="20" as="geometry"/>
                </mxCell>
            </root>
        </mxGraphModel>
    </diagram>
</mxfile>